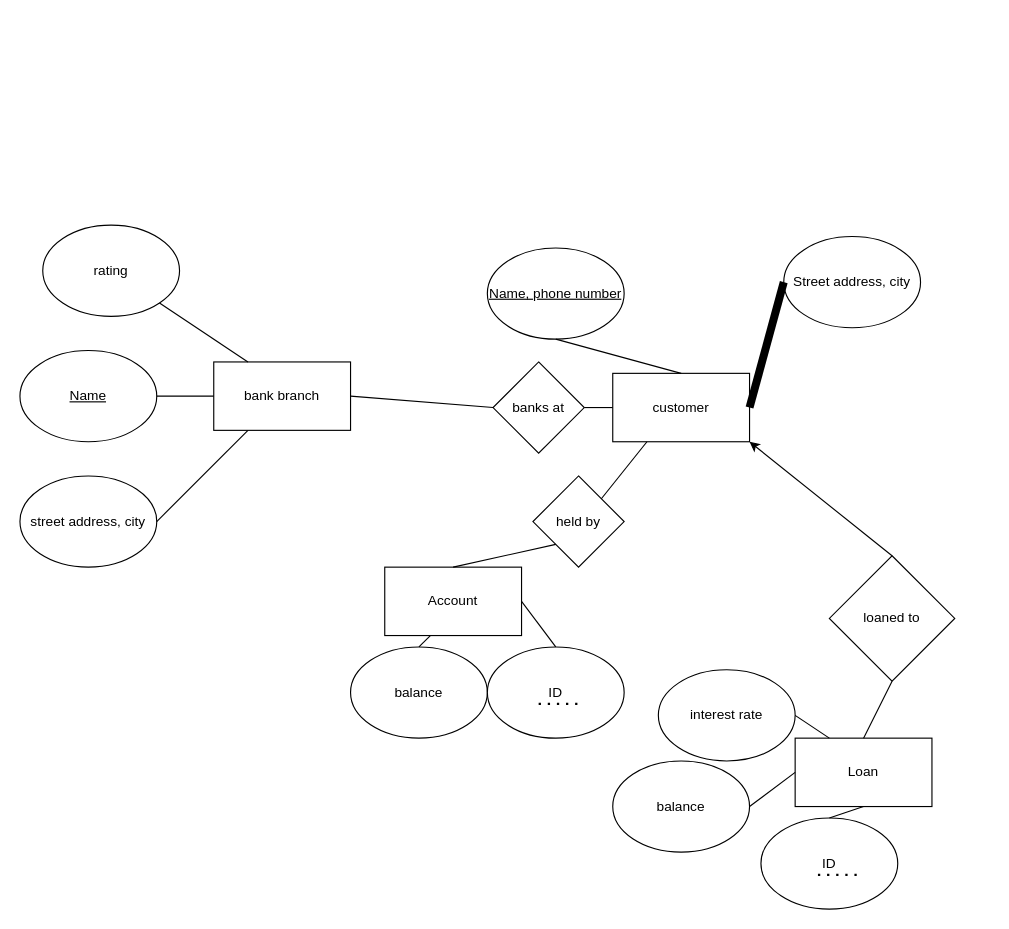
Above: Untitled Diagram.drawio in nathan-n-poon/304 (draw.io), before the change. Source tidied: cells renumbered, new cells numbered last; positions are measured from the earlier drawing's top-left corner, leaving out a move shared by most shapes. Both pictures are drawn from the tidied source at 114%, with x=0, y=0 at pixel (19, 225).
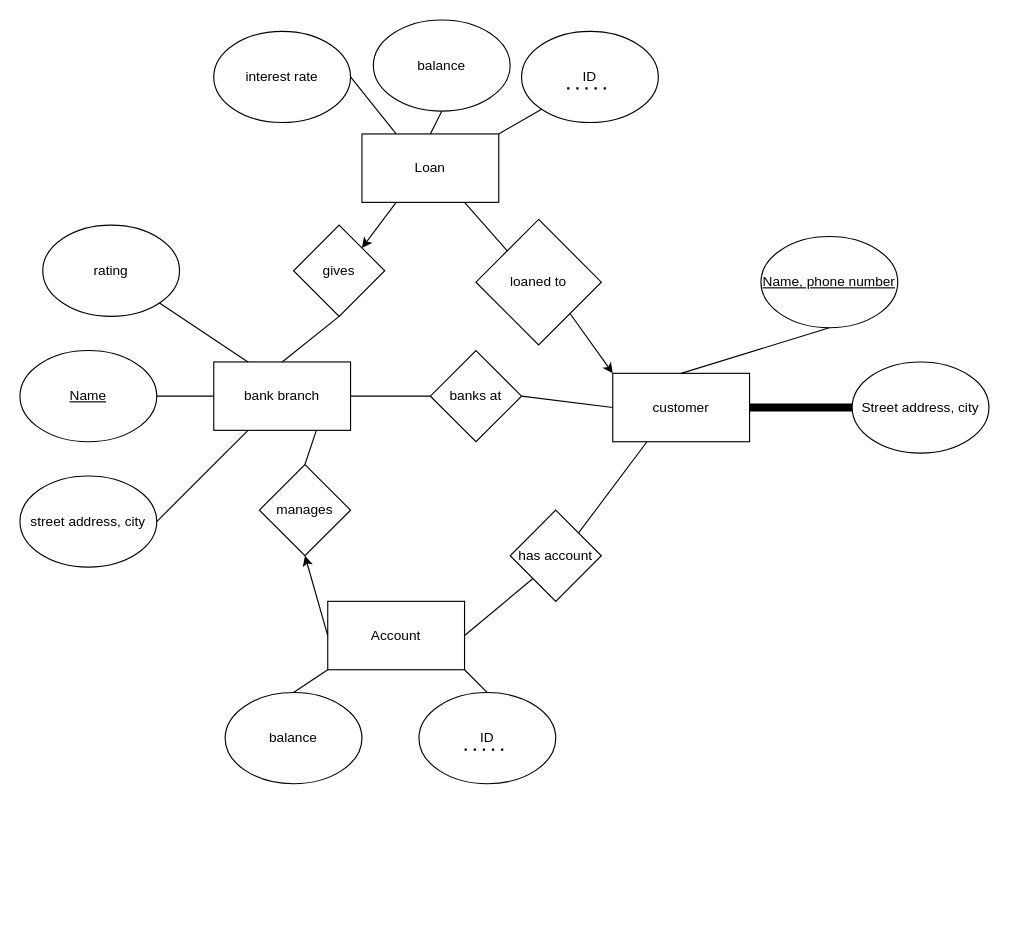
The same page after the edit.

The change refers to these unchanged cells:
```xml
<mxCell id="2" value="bank branch" style="rounded=0;whiteSpace=wrap;html=1;" parent="1" vertex="1">
  <mxGeometry x="170" y="120" width="120" height="60" as="geometry" />
</mxCell>
<mxCell id="11" value="customer" style="rounded=0;whiteSpace=wrap;html=1;" parent="1" vertex="1">
  <mxGeometry x="520" y="130" width="120" height="60" as="geometry" />
</mxCell>
```

Change to the diagram source:
```diff
@@
     <mxCell id="6" value="banks at" style="rhombus;whiteSpace=wrap;html=1;" parent="1" vertex="1">
-      <mxGeometry x="415" y="120" width="80" height="80" as="geometry" />
+      <mxGeometry x="360" y="110" width="80" height="80" as="geometry" />
     </mxCell>
@@
     <mxCell id="13" value="&lt;u&gt;Name, phone number&lt;/u&gt;" style="ellipse;whiteSpace=wrap;html=1;" parent="1" vertex="1">
-      <mxGeometry x="410" y="20" width="120" height="80" as="geometry" />
+      <mxGeometry x="650" y="10" width="120" height="80" as="geometry" />
     </mxCell>
@@
     <mxCell id="15" value="Street address, city" style="ellipse;whiteSpace=wrap;html=1;" parent="1" vertex="1">
-      <mxGeometry x="670" y="10" width="120" height="80" as="geometry" />
+      <mxGeometry x="730" y="120" width="120" height="80" as="geometry" />
     </mxCell>
@@
     <mxCell id="17" value="Account" style="rounded=0;whiteSpace=wrap;html=1;" parent="1" vertex="1">
-      <mxGeometry x="320" y="300" width="120" height="60" as="geometry" />
+      <mxGeometry x="270" y="330" width="120" height="60" as="geometry" />
     </mxCell>
     <mxCell id="18" value="Loan" style="rounded=0;whiteSpace=wrap;html=1;" parent="1" vertex="1">
-      <mxGeometry x="680" y="450" width="120" height="60" as="geometry" />
+      <mxGeometry x="300" y="-80" width="120" height="60" as="geometry" />
     </mxCell>
     <mxCell id="19" value="balance" style="ellipse;whiteSpace=wrap;html=1;" parent="1" vertex="1">
-      <mxGeometry x="290" y="370" width="120" height="80" as="geometry" />
+      <mxGeometry x="180" y="410" width="120" height="80" as="geometry" />
     </mxCell>
     <mxCell id="20" value="ID" style="ellipse;whiteSpace=wrap;html=1;" parent="1" vertex="1">
-      <mxGeometry x="410" y="370" width="120" height="80" as="geometry" />
+      <mxGeometry x="350" y="410" width="120" height="80" as="geometry" />
     </mxCell>
     <mxCell id="21" value="ID" style="ellipse;whiteSpace=wrap;html=1;" parent="1" vertex="1">
-      <mxGeometry x="650" y="520" width="120" height="80" as="geometry" />
+      <mxGeometry x="440" y="-170" width="120" height="80" as="geometry" />
     </mxCell>
     <mxCell id="22" value="interest rate" style="ellipse;whiteSpace=wrap;html=1;" parent="1" vertex="1">
-      <mxGeometry x="560" y="390" width="120" height="80" as="geometry" />
+      <mxGeometry x="170" y="-170" width="120" height="80" as="geometry" />
     </mxCell>
     <mxCell id="23" value="balance" style="ellipse;whiteSpace=wrap;html=1;" parent="1" vertex="1">
-      <mxGeometry x="520" y="470" width="120" height="80" as="geometry" />
+      <mxGeometry x="310" y="-180" width="120" height="80" as="geometry" />
     </mxCell>
     <mxCell id="24" value="loaned to" style="rhombus;whiteSpace=wrap;html=1;" parent="1" vertex="1">
-      <mxGeometry x="710" y="290" width="110" height="110" as="geometry" />
+      <mxGeometry x="400" y="-5" width="110" height="110" as="geometry" />
     </mxCell>
@@
-    <mxCell id="26" style="endArrow=none;html=1;rounded=0;strokeColor=default;strokeWidth=1;exitX=1;exitY=0.5;exitDx=0;exitDy=0;" parent="1" edge="1" source="23">
+    <mxCell id="26" style="endArrow=none;html=1;rounded=0;strokeColor=default;strokeWidth=1;exitX=0.5;exitY=1;exitDx=0;exitDy=0;" parent="1" edge="1" source="23">
       <mxGeometry relative="1" as="geometry">
-        <mxPoint x="680" y="480" as="targetPoint" />
+        <mxPoint x="360" y="-80" as="targetPoint" />
       </mxGeometry>
     </mxCell>
-    <mxCell id="27" style="endArrow=none;html=1;rounded=0;strokeColor=default;strokeWidth=1;exitX=0.5;exitY=0;exitDx=0;exitDy=0;entryX=0.5;entryY=1;entryDx=0;entryDy=0;" parent="1" edge="1" source="21" target="18">
+    <mxCell id="27" style="endArrow=none;html=1;rounded=0;strokeColor=default;strokeWidth=1;exitX=0;exitY=1;exitDx=0;exitDy=0;entryX=1;entryY=0;entryDx=0;entryDy=0;" parent="1" edge="1" source="21" target="18">
       <mxGeometry relative="1" as="geometry" />
     </mxCell>
-    <mxCell id="28" style="endArrow=none;html=1;rounded=0;strokeColor=default;strokeWidth=1;exitX=0.5;exitY=0;exitDx=0;exitDy=0;entryX=0.5;entryY=1;entryDx=0;entryDy=0;" parent="1" edge="1" source="18" target="24">
+    <mxCell id="28" style="endArrow=none;html=1;rounded=0;strokeColor=default;strokeWidth=1;exitX=0.75;exitY=1;exitDx=0;exitDy=0;entryX=0;entryY=0;entryDx=0;entryDy=0;" parent="1" edge="1" source="18" target="24">
       <mxGeometry relative="1" as="geometry" />
     </mxCell>
-    <mxCell id="29" style="endArrow=classic;html=1;rounded=0;strokeColor=default;strokeWidth=1;exitX=0.5;exitY=0;exitDx=0;exitDy=0;entryX=1;entryY=1;entryDx=0;entryDy=0;" parent="1" edge="1" source="24" target="11">
+    <mxCell id="29" style="endArrow=classic;html=1;rounded=0;strokeColor=default;strokeWidth=1;exitX=1;exitY=1;exitDx=0;exitDy=0;entryX=0;entryY=0;entryDx=0;entryDy=0;" parent="1" edge="1" source="24" target="11">
       <mxGeometry relative="1" as="geometry" />
     </mxCell>
-    <mxCell id="30" style="endArrow=none;html=1;rounded=0;strokeColor=default;strokeWidth=1;exitX=0.5;exitY=0;exitDx=0;exitDy=0;" parent="1" edge="1" source="19">
-      <mxGeometry relative="1" as="geometry">
-        <mxPoint x="360" y="360" as="targetPoint" />
-      </mxGeometry>
+    <mxCell id="30" style="endArrow=none;html=1;rounded=0;strokeColor=default;strokeWidth=1;exitX=0.5;exitY=0;exitDx=0;exitDy=0;entryX=0;entryY=1;entryDx=0;entryDy=0;" parent="1" edge="1" source="19" target="17">
+      <mxGeometry relative="1" as="geometry" />
     </mxCell>
-    <mxCell id="31" style="endArrow=none;html=1;rounded=0;strokeColor=default;strokeWidth=1;exitX=0.5;exitY=0;exitDx=0;exitDy=0;entryX=1;entryY=0.5;entryDx=0;entryDy=0;" parent="1" edge="1" source="20" target="17">
-      <mxGeometry relative="1" as="geometry" />
+    <mxCell id="31" style="endArrow=none;html=1;rounded=0;strokeColor=default;strokeWidth=1;exitX=0.5;exitY=0;exitDx=0;exitDy=0;" parent="1" edge="1" source="20">
+      <mxGeometry relative="1" as="geometry">
+        <mxPoint x="390" y="390" as="targetPoint" />
+      </mxGeometry>
     </mxCell>
     <mxCell id="32" style="endArrow=none;dashed=1;html=1;dashPattern=1 3;strokeWidth=2;rounded=0;strokeColor=default;" parent="1" edge="1">
       <mxGeometry relative="1" as="geometry">
-        <mxPoint x="455" y="420" as="sourcePoint" />
-        <mxPoint x="495" y="420" as="targetPoint" />
+        <mxPoint x="390" y="460" as="sourcePoint" />
+        <mxPoint x="430" y="460" as="targetPoint" />
       </mxGeometry>
     </mxCell>
     <mxCell id="33" style="endArrow=none;dashed=1;html=1;dashPattern=1 3;strokeWidth=2;rounded=0;strokeColor=default;" parent="1" edge="1">
       <mxGeometry relative="1" as="geometry">
-        <mxPoint x="700" y="570" as="sourcePoint" />
-        <mxPoint x="740" y="570" as="targetPoint" />
+        <mxPoint x="480" y="-120" as="sourcePoint" />
+        <mxPoint x="520" y="-120" as="targetPoint" />
       </mxGeometry>
     </mxCell>
-    <mxCell id="34" value="held by" style="rhombus;whiteSpace=wrap;html=1;" parent="1" vertex="1">
-      <mxGeometry x="450" y="220" width="80" height="80" as="geometry" />
+    <mxCell id="34" value="has account" style="rhombus;whiteSpace=wrap;html=1;" parent="1" vertex="1">
+      <mxGeometry x="430" y="250" width="80" height="80" as="geometry" />
     </mxCell>
-    <mxCell id="35" style="endArrow=none;html=1;rounded=0;strokeColor=default;strokeWidth=1;exitX=0.5;exitY=0;exitDx=0;exitDy=0;entryX=0;entryY=1;entryDx=0;entryDy=0;" parent="1" edge="1" source="17" target="34">
+    <mxCell id="35" style="endArrow=none;html=1;rounded=0;strokeColor=default;strokeWidth=1;exitX=1;exitY=0.5;exitDx=0;exitDy=0;entryX=0;entryY=1;entryDx=0;entryDy=0;" parent="1" edge="1" source="17" target="34">
       <mxGeometry relative="1" as="geometry" />
     </mxCell>
@@
+    <mxCell id="37" value="manages" style="rhombus;whiteSpace=wrap;html=1;" parent="1" vertex="1">
+      <mxGeometry x="210" y="210" width="80" height="80" as="geometry" />
+    </mxCell>
+    <mxCell id="38" style="endArrow=none;html=1;rounded=0;entryX=0.75;entryY=1;entryDx=0;entryDy=0;exitX=0.5;exitY=0;exitDx=0;exitDy=0;" parent="1" edge="1" source="37" target="2">
+      <mxGeometry relative="1" as="geometry" />
+    </mxCell>
+    <mxCell id="39" value="gives" style="rhombus;whiteSpace=wrap;html=1;" parent="1" vertex="1">
+      <mxGeometry x="240" width="80" height="80" as="geometry" />
+    </mxCell>
+    <mxCell id="40" style="endArrow=none;html=1;rounded=0;exitX=0.5;exitY=0;exitDx=0;exitDy=0;entryX=0.5;entryY=1;entryDx=0;entryDy=0;" parent="1" edge="1" source="2" target="39">
+      <mxGeometry relative="1" as="geometry" />
+    </mxCell>
+    <mxCell id="41" style="endArrow=classic;html=1;rounded=0;entryX=0.5;entryY=1;entryDx=0;entryDy=0;exitX=0;exitY=0.5;exitDx=0;exitDy=0;" parent="1" edge="1" source="17" target="37">
+      <mxGeometry relative="1" as="geometry" />
+    </mxCell>
+    <mxCell id="42" style="endArrow=classic;html=1;rounded=0;entryX=1;entryY=0;entryDx=0;entryDy=0;exitX=0.25;exitY=1;exitDx=0;exitDy=0;" parent="1" edge="1" source="18" target="39">
+      <mxGeometry relative="1" as="geometry" />
+    </mxCell>
```
